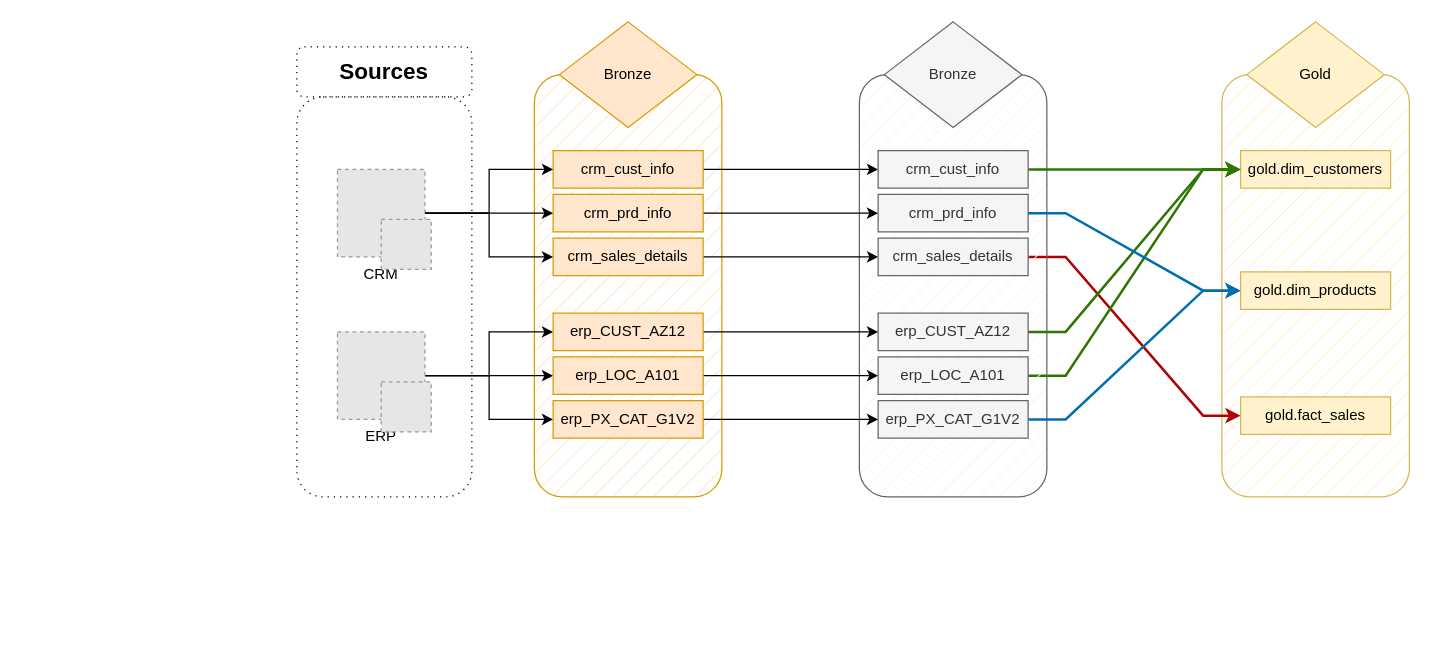
Before: page "data_flow" (3 of 5) of data_warechouse_architecture.drawio in MaxKlosinski/SQL-Data-Warehouse-First, a draw.io diagram. Source tidied: cells renumbered, new cells numbered last; positions are measured from the earlier drawing's top-left corner, leaving out a move shared by most shapes. Both pictures are drawn from the tidied source at 125%, with x=0, y=0 at pixel (296, 21). Pictures stored in the file or linked from it are replaced by grey dashed boxes.
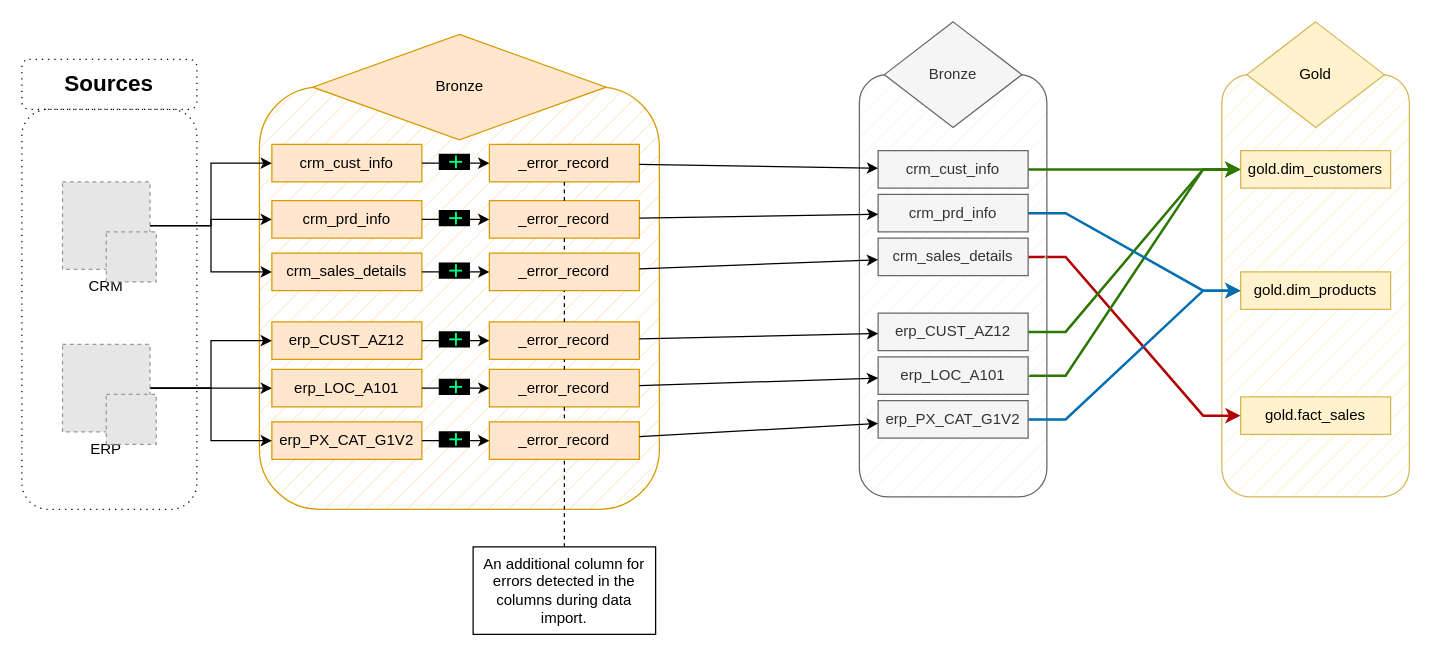
The same diagram, later.

Unchanged cells that the change refers to:
```xml
<mxCell id="43" value="erp_PX_CAT_G1V2" style="rounded=0;whiteSpace=wrap;html=1;fillColor=#f5f5f5;fontColor=#333333;strokeColor=#666666;" parent="1" vertex="1">
  <mxGeometry x="465" y="303" width="120" height="30" as="geometry" />
</mxCell>
<mxCell id="44" value="erp_LOC_A101" style="rounded=0;whiteSpace=wrap;html=1;fillColor=#f5f5f5;fontColor=#333333;strokeColor=#666666;" parent="1" vertex="1">
  <mxGeometry x="465" y="268" width="120" height="30" as="geometry" />
</mxCell>
<mxCell id="46" value="erp_CUST_AZ12" style="rounded=0;whiteSpace=wrap;html=1;fillColor=#f5f5f5;fontColor=#333333;strokeColor=#666666;" parent="1" vertex="1">
  <mxGeometry x="465" y="233" width="120" height="30" as="geometry" />
</mxCell>
<mxCell id="48" value="crm_cust_info" style="rounded=0;whiteSpace=wrap;html=1;fillColor=#f5f5f5;fontColor=#333333;strokeColor=#666666;" parent="1" vertex="1">
  <mxGeometry x="465" y="103" width="120" height="30" as="geometry" />
</mxCell>
<mxCell id="49" value="crm_prd_info" style="rounded=0;whiteSpace=wrap;html=1;fillColor=#f5f5f5;fontColor=#333333;strokeColor=#666666;" parent="1" vertex="1">
  <mxGeometry x="465" y="138" width="120" height="30" as="geometry" />
</mxCell>
<mxCell id="50" value="crm_sales_details" style="rounded=0;whiteSpace=wrap;html=1;fillColor=#f5f5f5;fontColor=#333333;strokeColor=#666666;" parent="1" vertex="1">
  <mxGeometry x="465" y="173" width="120" height="30" as="geometry" />
</mxCell>
```

Change to the diagram source:
```diff
@@
     <mxCell id="13" style="group;" parent="1" vertex="1">
-      <mxGeometry x="190" width="150" height="380" as="geometry" />
+      <mxGeometry x="-30" y="10" width="320" height="380" as="geometry" />
     </mxCell>
     <mxCell id="14" style="rounded=1;whiteSpace=wrap;html=1;fillColor=#ffe6cc;strokeColor=#d79b00;fillStyle=hatch;" parent="13" vertex="1">
-      <mxGeometry y="42.2" width="150" height="337.8" as="geometry" />
+      <mxGeometry y="42.2" width="320" height="337.8" as="geometry" />
     </mxCell>
     <mxCell id="15" value="Bronze" style="rhombus;whiteSpace=wrap;html=1;fillColor=#ffe6cc;strokeColor=#d79b00;" parent="13" vertex="1">
-      <mxGeometry x="20" width="110" height="84.4" as="geometry" />
+      <mxGeometry x="42.7" width="234.7" height="84.4" as="geometry" />
     </mxCell>
+    <mxCell id="52" value="_error_record" style="rounded=0;whiteSpace=wrap;html=1;fillColor=#ffe6cc;strokeColor=#d79b00;" parent="13" vertex="1">
+      <mxGeometry x="184" y="88" width="120" height="30" as="geometry" />
+    </mxCell>
+    <mxCell id="53" value="_error_record" style="rounded=0;whiteSpace=wrap;html=1;fillColor=#ffe6cc;strokeColor=#d79b00;" parent="13" vertex="1">
+      <mxGeometry x="184" y="133" width="120" height="30" as="geometry" />
+    </mxCell>
+    <mxCell id="28" value="crm_cust_info" style="rounded=0;whiteSpace=wrap;html=1;fillColor=#ffe6cc;strokeColor=#d79b00;" parent="13" vertex="1">
+      <mxGeometry x="10" y="88" width="120" height="30" as="geometry" />
+    </mxCell>
+    <mxCell id="30" value="crm_prd_info" style="rounded=0;whiteSpace=wrap;html=1;fillColor=#ffe6cc;strokeColor=#d79b00;" parent="13" vertex="1">
+      <mxGeometry x="10" y="133" width="120" height="30" as="geometry" />
+    </mxCell>
+    <mxCell id="32" value="crm_sales_details" style="rounded=0;whiteSpace=wrap;html=1;fillColor=#ffe6cc;strokeColor=#d79b00;" parent="13" vertex="1">
+      <mxGeometry x="10" y="175" width="120" height="30" as="geometry" />
+    </mxCell>
+    <mxCell id="26" value="erp_CUST_AZ12" style="rounded=0;whiteSpace=wrap;html=1;fillColor=#ffe6cc;strokeColor=#d79b00;" parent="13" vertex="1">
+      <mxGeometry x="10" y="230" width="120" height="30" as="geometry" />
+    </mxCell>
+    <mxCell id="24" value="erp_LOC_A101" style="rounded=0;whiteSpace=wrap;html=1;fillColor=#ffe6cc;strokeColor=#d79b00;" parent="13" vertex="1">
+      <mxGeometry x="10" y="268" width="120" height="30" as="geometry" />
+    </mxCell>
+    <mxCell id="22" value="erp_PX_CAT_G1V2" style="rounded=0;whiteSpace=wrap;html=1;fillColor=#ffe6cc;strokeColor=#d79b00;" parent="13" vertex="1">
+      <mxGeometry x="10" y="310" width="120" height="30" as="geometry" />
+    </mxCell>
+    <mxCell id="54" value="_error_record" style="rounded=0;whiteSpace=wrap;html=1;fillColor=#ffe6cc;strokeColor=#d79b00;" parent="13" vertex="1">
+      <mxGeometry x="184" y="175" width="120" height="30" as="geometry" />
+    </mxCell>
+    <mxCell id="55" value="_error_record" style="rounded=0;whiteSpace=wrap;html=1;fillColor=#ffe6cc;strokeColor=#d79b00;" parent="13" vertex="1">
+      <mxGeometry x="184" y="230" width="120" height="30" as="geometry" />
+    </mxCell>
+    <mxCell id="56" value="_error_record" style="rounded=0;whiteSpace=wrap;html=1;fillColor=#ffe6cc;strokeColor=#d79b00;" parent="13" vertex="1">
+      <mxGeometry x="184" y="268" width="120" height="30" as="geometry" />
+    </mxCell>
+    <mxCell id="57" value="_error_record" style="rounded=0;whiteSpace=wrap;html=1;fillColor=#ffe6cc;strokeColor=#d79b00;" parent="13" vertex="1">
+      <mxGeometry x="184" y="310" width="120" height="30" as="geometry" />
+    </mxCell>
+    <mxCell id="58" style="endArrow=classic;html=1;rounded=0;" parent="13" edge="1" source="28" target="52">
+      <mxGeometry relative="1" as="geometry" />
+    </mxCell>
+    <mxCell id="59" value="&lt;font style=&quot;color: rgb(0, 255, 128); font-size: 21px;&quot;&gt;+&lt;/font&gt;" style="edgeLabel;html=1;align=center;verticalAlign=middle;labelBackgroundColor=#000000;rotation=-90;" parent="58" vertex="1">
+      <mxGeometry x="-0.06" y="1" relative="1" as="geometry">
+        <mxPoint y="2" as="offset" />
+      </mxGeometry>
+    </mxCell>
+    <mxCell id="60" style="endArrow=classic;html=1;rounded=0;" parent="13" edge="1" source="22" target="57">
+      <mxGeometry relative="1" as="geometry" />
+    </mxCell>
+    <mxCell id="61" value="&lt;font style=&quot;color: rgb(0, 255, 128); font-size: 21px;&quot;&gt;+&lt;/font&gt;" style="edgeLabel;html=1;align=center;verticalAlign=middle;labelBackgroundColor=#000000;rotation=-90;" parent="60" vertex="1">
+      <mxGeometry x="-0.06" y="1" relative="1" as="geometry">
+        <mxPoint y="2" as="offset" />
+      </mxGeometry>
+    </mxCell>
+    <mxCell id="62" style="endArrow=classic;html=1;rounded=0;" parent="13" edge="1" source="24" target="56">
+      <mxGeometry relative="1" as="geometry" />
+    </mxCell>
+    <mxCell id="63" value="&lt;font style=&quot;color: rgb(0, 255, 128); font-size: 21px;&quot;&gt;+&lt;/font&gt;" style="edgeLabel;html=1;align=center;verticalAlign=middle;labelBackgroundColor=#000000;rotation=-90;" parent="62" vertex="1">
+      <mxGeometry x="-0.06" y="1" relative="1" as="geometry">
+        <mxPoint y="2" as="offset" />
+      </mxGeometry>
+    </mxCell>
+    <mxCell id="64" style="endArrow=classic;html=1;rounded=0;" parent="13" edge="1" source="26" target="55">
+      <mxGeometry relative="1" as="geometry" />
+    </mxCell>
+    <mxCell id="65" value="&lt;font style=&quot;color: rgb(0, 255, 128); font-size: 21px;&quot;&gt;+&lt;/font&gt;" style="edgeLabel;html=1;align=center;verticalAlign=middle;labelBackgroundColor=#000000;rotation=-90;" parent="64" vertex="1">
+      <mxGeometry x="-0.06" y="1" relative="1" as="geometry">
+        <mxPoint y="2" as="offset" />
+      </mxGeometry>
+    </mxCell>
+    <mxCell id="66" style="endArrow=classic;html=1;rounded=0;" parent="13" edge="1" source="32" target="54">
+      <mxGeometry relative="1" as="geometry" />
+    </mxCell>
+    <mxCell id="67" value="&lt;font style=&quot;color: rgb(0, 255, 128); font-size: 21px;&quot;&gt;+&lt;/font&gt;" style="edgeLabel;html=1;align=center;verticalAlign=middle;labelBackgroundColor=#000000;rotation=-90;" parent="66" vertex="1">
+      <mxGeometry x="-0.06" y="1" relative="1" as="geometry">
+        <mxPoint y="2" as="offset" />
+      </mxGeometry>
+    </mxCell>
+    <mxCell id="68" style="endArrow=classic;html=1;rounded=0;" parent="13" edge="1" source="30" target="53">
+      <mxGeometry relative="1" as="geometry" />
+    </mxCell>
+    <mxCell id="69" value="&lt;font style=&quot;color: rgb(0, 255, 128); font-size: 21px;&quot;&gt;+&lt;/font&gt;" style="edgeLabel;html=1;align=center;verticalAlign=middle;labelBackgroundColor=#000000;rotation=-90;" parent="68" vertex="1">
+      <mxGeometry x="-0.06" y="1" relative="1" as="geometry">
+        <mxPoint y="2" as="offset" />
+      </mxGeometry>
+    </mxCell>
+    <mxCell id="70" style="endArrow=none;dashed=1;html=1;rounded=0;" parent="13" edge="1" source="53" target="52">
+      <mxGeometry relative="1" as="geometry" />
+    </mxCell>
+    <mxCell id="71" style="endArrow=none;dashed=1;html=1;rounded=0;" parent="13" edge="1" source="53" target="54">
+      <mxGeometry relative="1" as="geometry" />
+    </mxCell>
+    <mxCell id="72" style="endArrow=none;dashed=1;html=1;rounded=0;" parent="13" edge="1" source="55" target="54">
+      <mxGeometry relative="1" as="geometry" />
+    </mxCell>
+    <mxCell id="73" style="endArrow=none;dashed=1;html=1;rounded=0;" parent="13" edge="1" source="56" target="55">
+      <mxGeometry relative="1" as="geometry" />
+    </mxCell>
+    <mxCell id="74" style="endArrow=none;dashed=1;html=1;rounded=0;" parent="13" edge="1" source="56" target="57">
+      <mxGeometry relative="1" as="geometry" />
+    </mxCell>
     <mxCell id="16" style="rounded=1;whiteSpace=wrap;html=1;dashed=1;dashPattern=1 4;fillColor=none;fillStyle=hatch;" parent="1" vertex="1">
-      <mxGeometry y="60" width="140" height="320" as="geometry" />
+      <mxGeometry x="-220" y="70" width="140" height="320" as="geometry" />
     </mxCell>
     <mxCell id="17" value="&lt;font style=&quot;font-size: 18px;&quot;&gt;&lt;b&gt;Sources&lt;/b&gt;&lt;/font&gt;" style="rounded=1;whiteSpace=wrap;html=1;fillColor=none;dashed=1;dashPattern=1 4;" parent="1" vertex="1">
-      <mxGeometry y="20" width="140" height="40" as="geometry" />
+      <mxGeometry x="-220" y="30" width="140" height="40" as="geometry" />
     </mxCell>
@@
-    <mxCell id="21" style="edgeStyle=orthogonalEdgeStyle;rounded=0;jettySize=auto;html=1;" parent="1" edge="1" source="22" target="43">
-      <mxGeometry relative="1" as="geometry" />
-    </mxCell>
-    <mxCell id="22" value="erp_PX_CAT_G1V2" style="rounded=0;whiteSpace=wrap;html=1;fillColor=#ffe6cc;strokeColor=#d79b00;" parent="1" vertex="1">
-      <mxGeometry x="205" y="303" width="120" height="30" as="geometry" />
-    </mxCell>
-    <mxCell id="23" style="edgeStyle=orthogonalEdgeStyle;rounded=0;jettySize=auto;html=1;" parent="1" edge="1" source="24" target="44">
-      <mxGeometry relative="1" as="geometry" />
-    </mxCell>
-    <mxCell id="24" value="erp_LOC_A101" style="rounded=0;whiteSpace=wrap;html=1;fillColor=#ffe6cc;strokeColor=#d79b00;" parent="1" vertex="1">
-      <mxGeometry x="205" y="268" width="120" height="30" as="geometry" />
-    </mxCell>
-    <mxCell id="25" style="edgeStyle=orthogonalEdgeStyle;rounded=0;jettySize=auto;html=1;" parent="1" edge="1" source="26" target="46">
-      <mxGeometry relative="1" as="geometry" />
-    </mxCell>
-    <mxCell id="26" value="erp_CUST_AZ12" style="rounded=0;whiteSpace=wrap;html=1;fillColor=#ffe6cc;strokeColor=#d79b00;" parent="1" vertex="1">
-      <mxGeometry x="205" y="233" width="120" height="30" as="geometry" />
-    </mxCell>
-    <mxCell id="27" style="edgeStyle=orthogonalEdgeStyle;rounded=0;jettySize=auto;html=1;" parent="1" edge="1" source="28" target="48">
-      <mxGeometry relative="1" as="geometry" />
-    </mxCell>
-    <mxCell id="28" value="crm_cust_info" style="rounded=0;whiteSpace=wrap;html=1;fillColor=#ffe6cc;strokeColor=#d79b00;" parent="1" vertex="1">
-      <mxGeometry x="205" y="103" width="120" height="30" as="geometry" />
-    </mxCell>
-    <mxCell id="29" style="edgeStyle=orthogonalEdgeStyle;rounded=0;jettySize=auto;html=1;" parent="1" edge="1" source="30" target="49">
-      <mxGeometry relative="1" as="geometry" />
-    </mxCell>
-    <mxCell id="30" value="crm_prd_info" style="rounded=0;whiteSpace=wrap;html=1;fillColor=#ffe6cc;strokeColor=#d79b00;" parent="1" vertex="1">
-      <mxGeometry x="205" y="138" width="120" height="30" as="geometry" />
-    </mxCell>
-    <mxCell id="31" style="edgeStyle=orthogonalEdgeStyle;rounded=0;jettySize=auto;html=1;" parent="1" edge="1" source="32" target="50">
-      <mxGeometry relative="1" as="geometry" />
-    </mxCell>
-    <mxCell id="32" value="crm_sales_details" style="rounded=0;whiteSpace=wrap;html=1;fillColor=#ffe6cc;strokeColor=#d79b00;" parent="1" vertex="1">
-      <mxGeometry x="205" y="173" width="120" height="30" as="geometry" />
-    </mxCell>
     <mxCell id="33" style="group;" parent="1" vertex="1">
-      <mxGeometry x="32.5" y="248" width="75" height="80" as="geometry" />
+      <mxGeometry x="-187.5" y="258" width="75" height="80" as="geometry" />
     </mxCell>
@@
     <mxCell id="36" style="group;" parent="1" vertex="1">
-      <mxGeometry x="32.5" y="118" width="75" height="80" as="geometry" />
+      <mxGeometry x="-187.5" y="128" width="75" height="80" as="geometry" />
     </mxCell>
@@
+    <mxCell id="75" style="endArrow=none;dashed=1;html=1;rounded=0;" parent="1" edge="1" source="76" target="57">
+      <mxGeometry relative="1" as="geometry" />
+    </mxCell>
+    <mxCell id="76" value="An additional column for errors detected in the columns during data import." style="rounded=0;whiteSpace=wrap;html=1;" parent="1" vertex="1">
+      <mxGeometry x="141" y="420" width="146" height="70" as="geometry" />
+    </mxCell>
+    <mxCell id="77" style="endArrow=classic;html=1;rounded=0;" parent="1" edge="1" source="52" target="48">
+      <mxGeometry relative="1" as="geometry" />
+    </mxCell>
+    <mxCell id="78" style="endArrow=classic;html=1;rounded=0;" parent="1" edge="1" source="53" target="49">
+      <mxGeometry relative="1" as="geometry" />
+    </mxCell>
+    <mxCell id="79" style="endArrow=classic;html=1;rounded=0;" parent="1" edge="1" source="54" target="50">
+      <mxGeometry relative="1" as="geometry" />
+    </mxCell>
+    <mxCell id="80" style="endArrow=classic;html=1;rounded=0;" parent="1" edge="1" source="55" target="46">
+      <mxGeometry relative="1" as="geometry" />
+    </mxCell>
+    <mxCell id="81" style="endArrow=classic;html=1;rounded=0;" parent="1" edge="1" source="56" target="44">
+      <mxGeometry relative="1" as="geometry" />
+    </mxCell>
+    <mxCell id="82" style="endArrow=classic;html=1;rounded=0;" parent="1" edge="1" source="57" target="43">
+      <mxGeometry relative="1" as="geometry" />
+    </mxCell>
```
